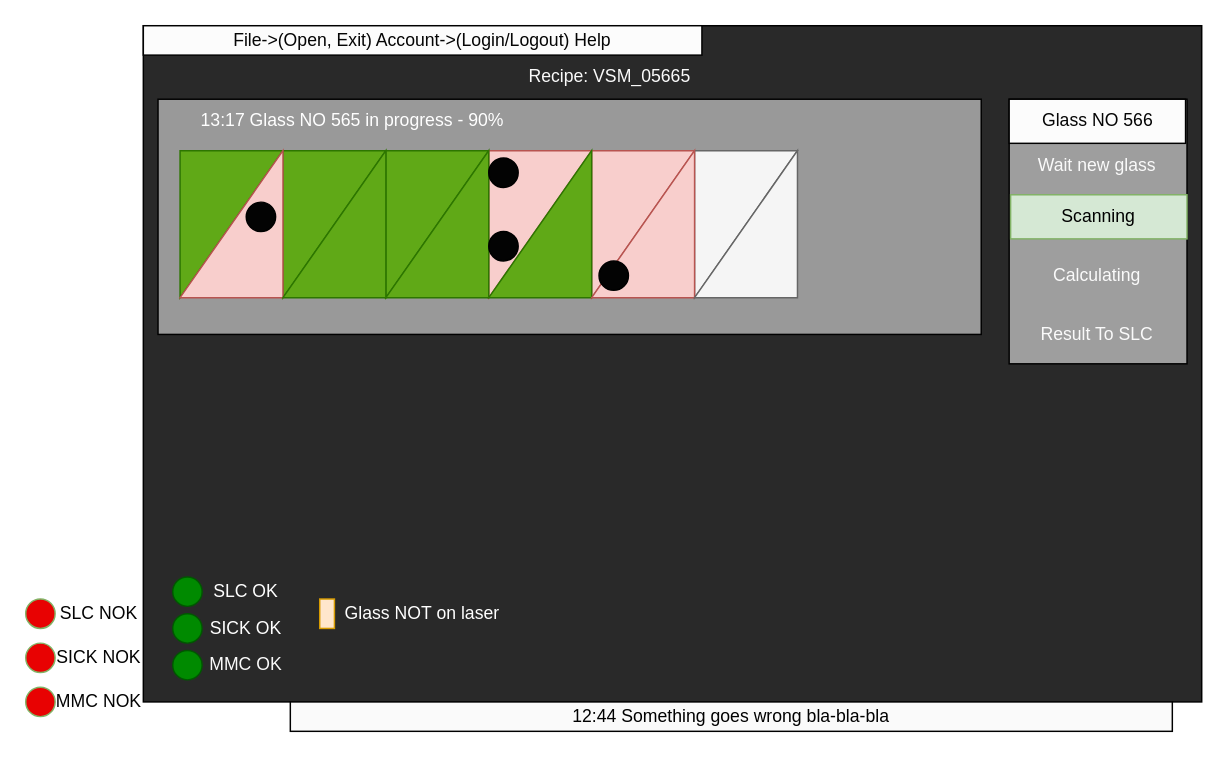
Before: page "Main window" (3 of 3) of Inspection Platform Dataflow.drawio in megavad/Diagrams, a draw.io diagram. Source tidied: cells renumbered, new cells numbered last; positions are measured from the earlier drawing's top-left corner, leaving out a move shared by most shapes. Both pictures are drawn from the tidied source at 147%, with x=0, y=0 at pixel (25, 25).
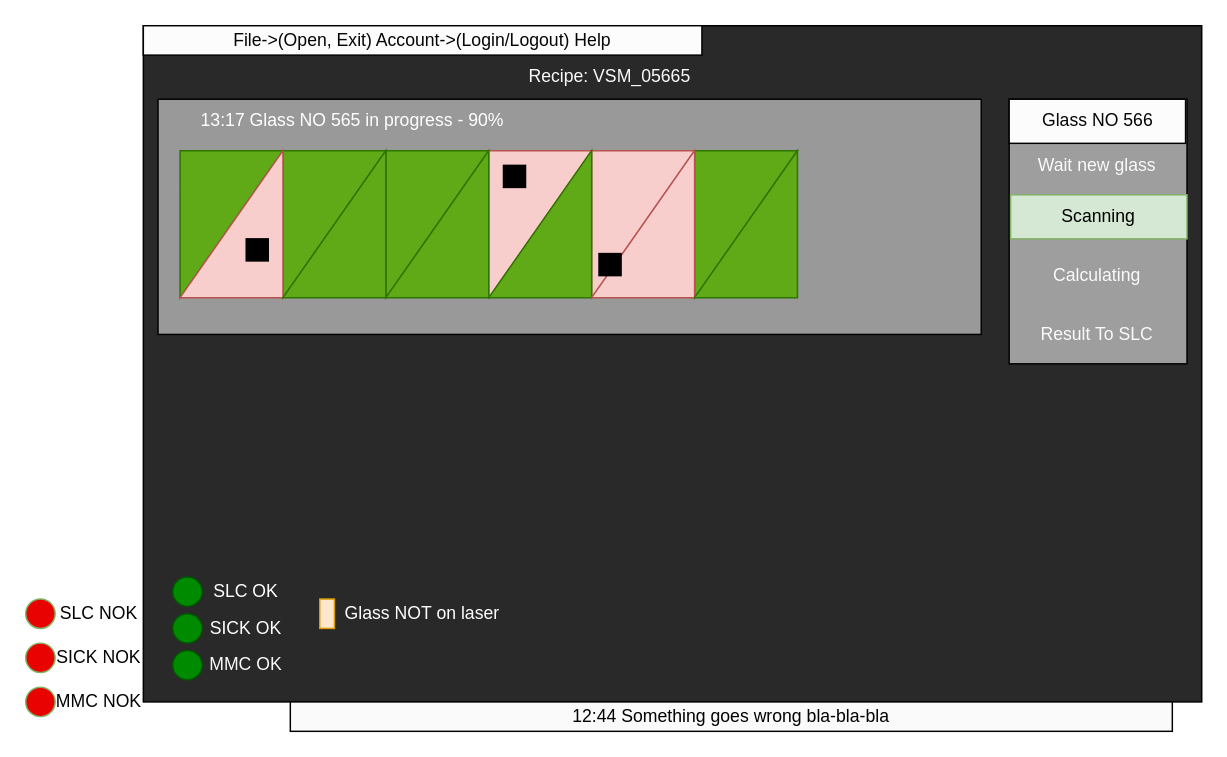
The same page after the edit.

The edit, as a diff of the source:
```diff
@@
-    <mxCell id="16" style="verticalLabelPosition=bottom;verticalAlign=top;html=1;shape=mxgraph.basic.orthogonal_triangle;fillColor=#f5f5f5;direction=south;strokeColor=#666666;" parent="1" vertex="1">
+    <mxCell id="16" style="verticalLabelPosition=bottom;verticalAlign=top;html=1;shape=mxgraph.basic.orthogonal_triangle;fillColor=#60a917;direction=south;strokeColor=#2D7600;fontColor=#ffffff;" parent="1" vertex="1">
       <mxGeometry x="455" y="85" width="70" height="100" as="geometry" />
     </mxCell>
@@
-    <mxCell id="22" style="verticalLabelPosition=bottom;verticalAlign=top;html=1;shape=mxgraph.basic.orthogonal_triangle;fillColor=#f5f5f5;direction=north;strokeColor=#666666;" parent="1" vertex="1">
+    <mxCell id="22" style="verticalLabelPosition=bottom;verticalAlign=top;html=1;shape=mxgraph.basic.orthogonal_triangle;fillColor=#60a917;direction=north;strokeColor=#2D7600;fontColor=#ffffff;" parent="1" vertex="1">
       <mxGeometry x="455" y="85" width="70" height="100" as="geometry" />
     </mxCell>
-    <mxCell id="23" style="ellipse;whiteSpace=wrap;html=1;fillColor=#030303;" parent="1" vertex="1">
-      <mxGeometry x="150" y="120" width="20" height="20" as="geometry" />
-    </mxCell>
-    <mxCell id="24" style="ellipse;whiteSpace=wrap;html=1;fillColor=#030303;" parent="1" vertex="1">
-      <mxGeometry x="315" y="140" width="20" height="20" as="geometry" />
-    </mxCell>
-    <mxCell id="25" style="ellipse;whiteSpace=wrap;html=1;fillColor=#030303;" parent="1" vertex="1">
-      <mxGeometry x="390" y="160" width="20" height="20" as="geometry" />
-    </mxCell>
-    <mxCell id="26" style="ellipse;whiteSpace=wrap;html=1;fillColor=#030303;" parent="1" vertex="1">
-      <mxGeometry x="315" y="90" width="20" height="20" as="geometry" />
-    </mxCell>
@@
+    <mxCell id="45" style="whiteSpace=wrap;html=1;fillColor=#000000;" parent="1" vertex="1">
+      <mxGeometry x="150" y="145" width="15" height="15" as="geometry" />
+    </mxCell>
+    <mxCell id="46" style="whiteSpace=wrap;html=1;fillColor=#000000;" parent="1" vertex="1">
+      <mxGeometry x="325" y="95" width="15" height="15" as="geometry" />
+    </mxCell>
+    <mxCell id="47" style="whiteSpace=wrap;html=1;fillColor=#000000;" parent="1" vertex="1">
+      <mxGeometry x="390" y="155" width="15" height="15" as="geometry" />
+    </mxCell>
```
